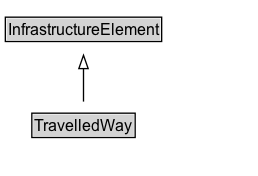
Earlier version of the Graphviz export docs/diagrams/TravelledWay.dot.png (ISO-TC204/ontology-cdm-p2-v1). Its source is kept beside it as docs/diagrams/TravelledWay.dot. Source of this version:
```dot
digraph {
	graph [overlap=false rankdir=TB splines=true]
	node [fontname=Arial fontsize=12 margin=0 shape=none]
	edge [fontname=Arial fontsize=11]
	{
		rank=max
		TravelledWay [label=<<TABLE BORDER="1" CELLBORDER="0" CELLSPACING="0" CELLPADDING="1"><TR><TD BGCOLOR="lightgray" ALIGN="CENTER" PORT="e">TravelledWay</TD></TR></TABLE>> URL="../TravelledWay.md" margin=0]
	}
	subgraph cluster_associated {
		label="" style=invis
		Invis [label=<<TABLE BORDER="0" CELLBORDER="0" CELLSPACING="0" CELLPADDING="1"><TR><TD></TD></TR></TABLE>> margin=0 style=invis]
	}
	InfrastructureElement [label=<<TABLE BORDER="1" CELLBORDER="0" CELLSPACING="0" CELLPADDING="1"><TR><TD BGCOLOR="lightgray" ALIGN="CENTER">InfrastructureElement</TD></TR></TABLE>> URL="../InfrastructureElement.md" margin=0]
	TravelledWay -> InfrastructureElement [arrowhead=onormal style=solid]
}
```
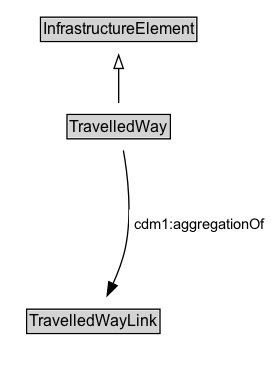
After the change.

Diff of the diagram source:
```diff
@@ -3,13 +3,21 @@
 	node [fontname=Arial fontsize=12 margin=0 shape=none]
 	edge [fontname=Arial fontsize=11]
 	{
+		rank=source
+		InfrastructureElement [label=<<TABLE BORDER="1" CELLBORDER="0" CELLSPACING="0" CELLPADDING="1"><TR><TD BGCOLOR="lightgray" ALIGN="CENTER">InfrastructureElement</TD></TR></TABLE>> URL="../InfrastructureElement" margin=0]
+	}
+	TravelledWay [label=<<TABLE BORDER="1" CELLBORDER="0" CELLSPACING="0" CELLPADDING="1"><TR><TD BGCOLOR="lightgray" ALIGN="CENTER">TravelledWay</TD></TR></TABLE>> URL="../TravelledWay" margin=0]
+	{
 		rank=max
-		TravelledWay [label=<<TABLE BORDER="1" CELLBORDER="0" CELLSPACING="0" CELLPADDING="1"><TR><TD BGCOLOR="lightgray" ALIGN="CENTER" PORT="e">TravelledWay</TD></TR></TABLE>> URL="../TravelledWay.md" margin=0]
 	}
 	subgraph cluster_associated {
 		label="" style=invis
 		Invis [label=<<TABLE BORDER="0" CELLBORDER="0" CELLSPACING="0" CELLPADDING="1"><TR><TD></TD></TR></TABLE>> margin=0 style=invis]
+		TravelledWayLink [label=<<TABLE BORDER="1" CELLBORDER="0" CELLSPACING="0" CELLPADDING="1"><TR><TD BGCOLOR="lightgray" ALIGN="CENTER">TravelledWayLink</TD></TR></TABLE>> URL="../TravelledWayLink" margin=0]
 	}
-	InfrastructureElement [label=<<TABLE BORDER="1" CELLBORDER="0" CELLSPACING="0" CELLPADDING="1"><TR><TD BGCOLOR="lightgray" ALIGN="CENTER">InfrastructureElement</TD></TR></TABLE>> URL="../InfrastructureElement.md" margin=0]
 	TravelledWay -> InfrastructureElement [arrowhead=onormal style=solid]
+	TravelledWay -> Invis [style=invis]
+	Invis -> TravelledWayLink [style=invis]
+	TravelledWayLink [label=<<TABLE BORDER="1" CELLBORDER="0" CELLSPACING="0" CELLPADDING="1"><TR><TD BGCOLOR="lightgray" ALIGN="CENTER">TravelledWayLink</TD></TR></TABLE>> URL="../TravelledWayLink" margin=0]
+	TravelledWay -> TravelledWayLink [label=<<TABLE BORDER="0" CELLBORDER="0" CELLSPACING="0" CELLPADDING="4" BGCOLOR="white"><TR><TD ALIGN="CENTER">cdm1:aggregationOf</TD></TR></TABLE>> arrowhead=normal style=solid]
 }
```
